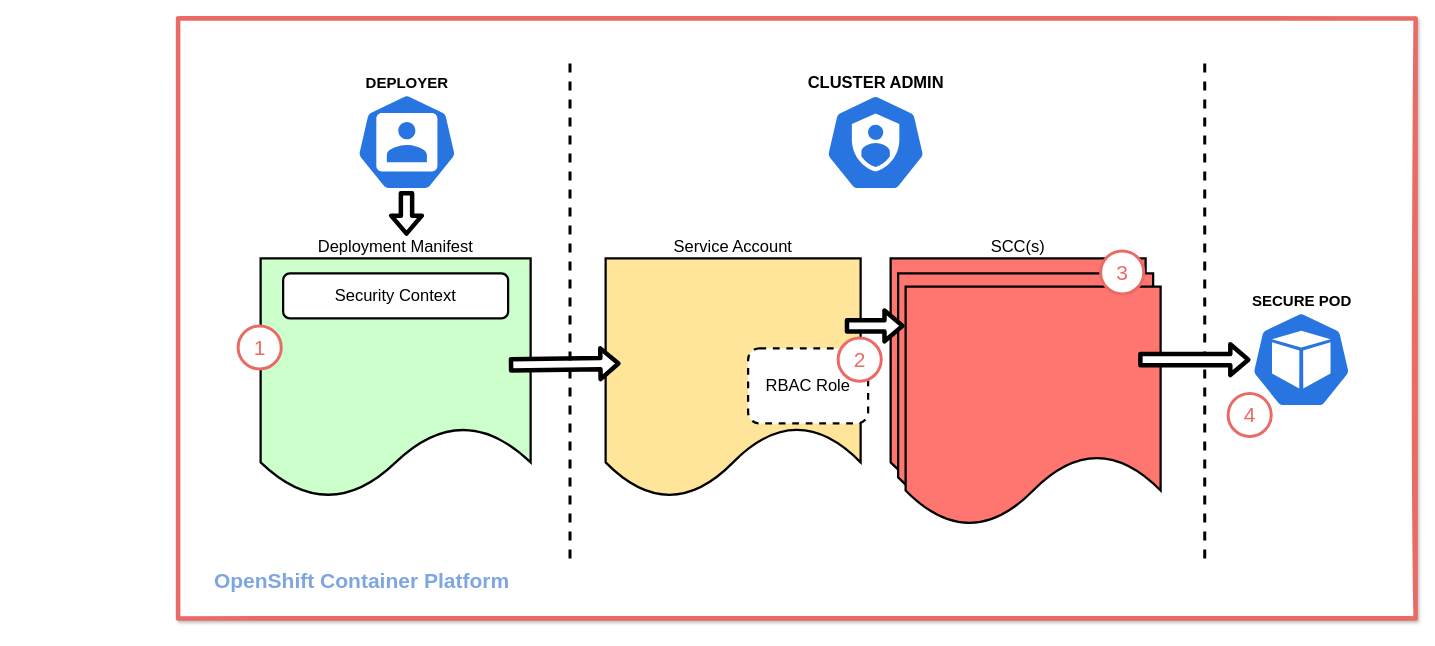
Above: page "high-level-flow" (10 of 15) of article/images/detailed-flow.drawio in tt-isv-org/scc (draw.io), before the change. Source tidied: cells renumbered, new cells numbered last; positions are measured from the earlier drawing's top-left corner, leaving out a move shared by most shapes. Both pictures are drawn from the tidied source at 75%, with x=0, y=0 at pixel (148, 18).
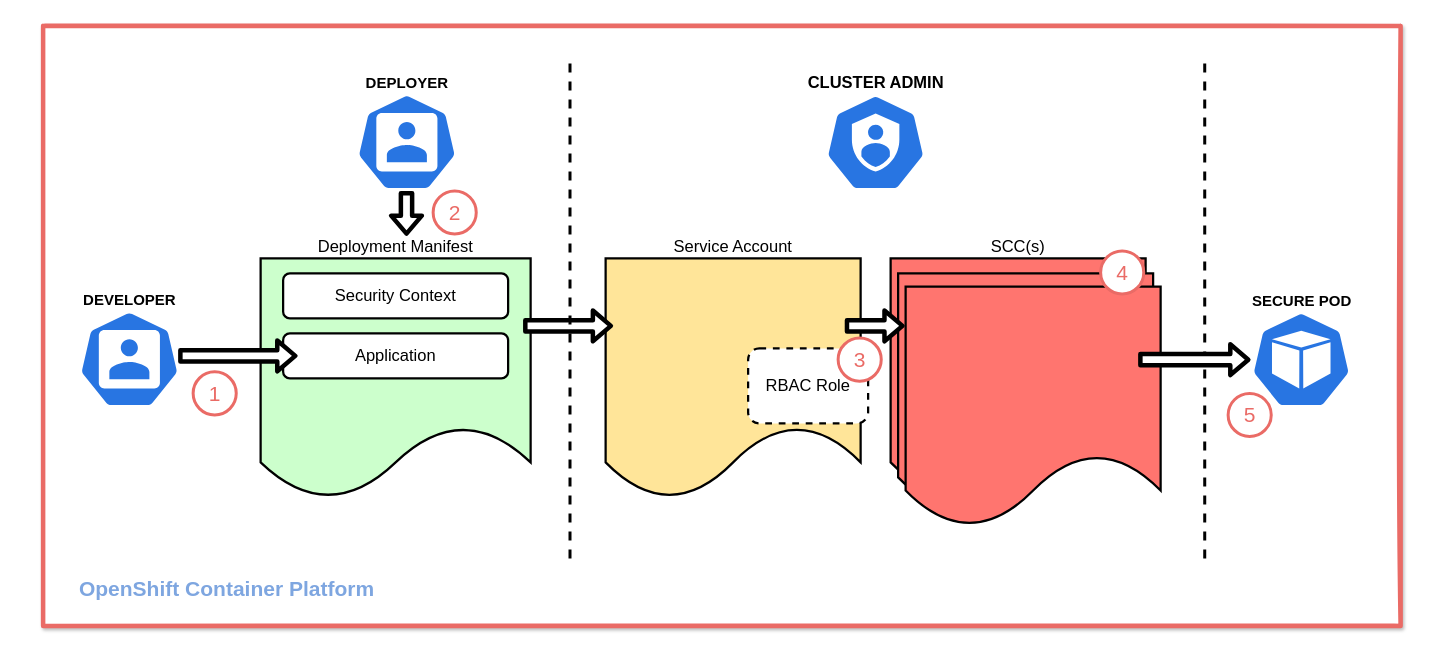
Above is the later version.

The change refers to these unchanged cells:
```xml
<mxCell id="3" value="Deployment Manifest" style="shape=document;whiteSpace=wrap;html=1;boundedLbl=1;labelBackgroundColor=#FFFFFF;fontSize=22;labelPosition=center;verticalLabelPosition=top;align=center;verticalAlign=bottom;fillColor=#CCFFCC;strokeWidth=3;" parent="1" vertex="1">
  <mxGeometry x="150" y="320" width="360" height="320" as="geometry" />
</mxCell>
<mxCell id="5" value="Service Account" style="shape=document;whiteSpace=wrap;html=1;boundedLbl=1;labelBackgroundColor=#FFFFFF;fontSize=22;fontColor=#000000;labelPosition=center;verticalLabelPosition=top;align=center;verticalAlign=bottom;strokeWidth=3;fillColor=#FFE599;" parent="1" vertex="1">
  <mxGeometry x="610" y="320" width="340" height="320" as="geometry" />
</mxCell>
<mxCell id="15" style="group;" parent="1" vertex="1">
  <mxGeometry x="920" y="426.2" width="57.5" height="57.5" as="geometry" />
</mxCell>
<mxCell id="20" style="group;" parent="1" vertex="1">
  <mxGeometry x="1440" y="500" width="57.5" height="57.5" as="geometry" />
</mxCell>
<mxCell id="25" style="group;" parent="1" vertex="1">
  <mxGeometry x="1270" y="310" width="57.5" height="57.5" as="geometry" />
</mxCell>
```

Change to the diagram source:
```diff
@@
     <mxCell id="2" style="rounded=0;whiteSpace=wrap;html=1;labelBackgroundColor=#FFFFFF;fontColor=#FFFFFF;fillColor=#FFFFFF;perimeterSpacing=4;strokeWidth=6;strokeColor=#EA6B66;shadow=1;glass=0;sketch=1;" parent="1" vertex="1">
-      <mxGeometry x="40" width="1650" height="800" as="geometry" />
+      <mxGeometry x="-140" y="10" width="1810" height="800" as="geometry" />
     </mxCell>
@@
-    <mxCell id="7" style="shape=flexArrow;endArrow=classic;html=1;strokeWidth=6;fontSize=22;fontColor=#000000;fillColor=#FFFFFF;entryX=0.059;entryY=0.438;entryDx=0;entryDy=0;entryPerimeter=0;exitX=1.003;exitY=0.638;exitDx=0;exitDy=0;exitPerimeter=0;" parent="1" edge="1" target="5">
+    <mxCell id="7" style="shape=flexArrow;endArrow=classic;html=1;strokeWidth=6;fontSize=22;fontColor=#000000;fillColor=#FFFFFF;exitX=0.972;exitY=0.281;exitDx=0;exitDy=0;exitPerimeter=0;" parent="1" edge="1" source="3">
       <mxGeometry relative="1" as="geometry">
-        <mxPoint x="480.9" y="462" as="sourcePoint" />
+        <mxPoint x="620" y="410" as="targetPoint" />
       </mxGeometry>
     </mxCell>
@@
     <mxCell id="12" style="group;" parent="1" vertex="1">
-      <mxGeometry x="120" y="410" width="57.5" height="57.5" as="geometry" />
+      <mxGeometry x="60" y="471.2" width="57.5" height="57.5" as="geometry" />
     </mxCell>
@@
-    <mxCell id="17" value="&lt;font color=&quot;#ea6b66&quot;&gt;2&lt;/font&gt;" style="text;html=1;strokeColor=none;fillColor=none;align=center;verticalAlign=middle;whiteSpace=wrap;rounded=0;fontSize=28;" parent="15" vertex="1">
+    <mxCell id="17" value="&lt;font color=&quot;#ea6b66&quot;&gt;3&lt;/font&gt;" style="text;html=1;strokeColor=none;fillColor=none;align=center;verticalAlign=middle;whiteSpace=wrap;rounded=0;fontSize=28;" parent="15" vertex="1">
       <mxGeometry x="8.8" y="8.8" width="40" height="40" as="geometry" />
     </mxCell>
@@
-    <mxCell id="22" value="&lt;font color=&quot;#ea6b66&quot;&gt;4&lt;/font&gt;" style="text;html=1;strokeColor=none;fillColor=none;align=center;verticalAlign=middle;whiteSpace=wrap;rounded=0;fontSize=28;" parent="20" vertex="1">
+    <mxCell id="22" value="&lt;font color=&quot;#ea6b66&quot;&gt;5&lt;/font&gt;" style="text;html=1;strokeColor=none;fillColor=none;align=center;verticalAlign=middle;whiteSpace=wrap;rounded=0;fontSize=28;" parent="20" vertex="1">
       <mxGeometry x="8.8" y="8.8" width="40" height="40" as="geometry" />
     </mxCell>
@@
     <mxCell id="24" value="&lt;font&gt;&lt;b&gt;&lt;font color=&quot;#7ea6e0&quot; style=&quot;font-size: 28px&quot;&gt;OpenShift Container Platform&lt;/font&gt;&lt;br&gt;&lt;/b&gt;&lt;/font&gt;" style="text;html=1;strokeColor=none;fillColor=none;align=center;verticalAlign=middle;whiteSpace=wrap;rounded=0;" parent="1" vertex="1">
-      <mxGeometry y="700" width="570" height="100" as="geometry" />
+      <mxGeometry x="-180" y="710" width="570" height="100" as="geometry" />
     </mxCell>
@@
-    <mxCell id="27" value="&lt;font color=&quot;#ea6b66&quot;&gt;3&lt;/font&gt;" style="text;html=1;strokeColor=none;fillColor=none;align=center;verticalAlign=middle;whiteSpace=wrap;rounded=0;fontSize=28;" parent="25" vertex="1">
+    <mxCell id="27" value="&lt;font color=&quot;#ea6b66&quot;&gt;4&lt;/font&gt;" style="text;html=1;strokeColor=none;fillColor=none;align=center;verticalAlign=middle;whiteSpace=wrap;rounded=0;fontSize=28;" parent="25" vertex="1">
       <mxGeometry x="8.8" y="8.8" width="40" height="40" as="geometry" />
     </mxCell>
@@
+    <mxCell id="32" value="Application" style="rounded=1;whiteSpace=wrap;html=1;labelBackgroundColor=#FFFFFF;fillColor=#FFFFFF;fontSize=22;fontColor=#000000;strokeWidth=3;" parent="1" vertex="1">
+      <mxGeometry x="180" y="420" width="300" height="60" as="geometry" />
+    </mxCell>
+    <mxCell id="33" value="DEVELOPER" style="html=1;dashed=0;whitespace=wrap;fillColor=#2875E2;strokeColor=#ffffff;shape=mxgraph.kubernetes.icon;prIcon=user;fontSize=20;fontStyle=1;labelPosition=center;verticalLabelPosition=top;align=center;verticalAlign=bottom;" parent="1" vertex="1">
+      <mxGeometry x="-100" y="389.4" width="150" height="130" as="geometry" />
+    </mxCell>
+    <mxCell id="34" style="shape=flexArrow;endArrow=classic;html=1;strokeWidth=6;fontSize=22;fontColor=#000000;fillColor=#FFFFFF;entryX=0.059;entryY=0.438;entryDx=0;entryDy=0;entryPerimeter=0;" parent="1" edge="1">
+      <mxGeometry relative="1" as="geometry">
+        <mxPoint x="40" y="450" as="sourcePoint" />
+        <mxPoint x="199.2" y="450" as="targetPoint" />
+      </mxGeometry>
+    </mxCell>
+    <mxCell id="35" style="group;" parent="1" vertex="1">
+      <mxGeometry x="380" y="230" width="57.5" height="57.5" as="geometry" />
+    </mxCell>
+    <mxCell id="36" style="ellipse;whiteSpace=wrap;html=1;strokeWidth=4;fontSize=20;strokeColor=#EA6B66;" parent="35" vertex="1">
+      <mxGeometry width="57.5" height="57.5" as="geometry" />
+    </mxCell>
+    <mxCell id="37" value="&lt;font color=&quot;#ea6b66&quot;&gt;2&lt;/font&gt;" style="text;html=1;strokeColor=none;fillColor=none;align=center;verticalAlign=middle;whiteSpace=wrap;rounded=0;fontSize=28;" parent="35" vertex="1">
+      <mxGeometry x="8.8" y="8.8" width="40" height="40" as="geometry" />
+    </mxCell>
```
